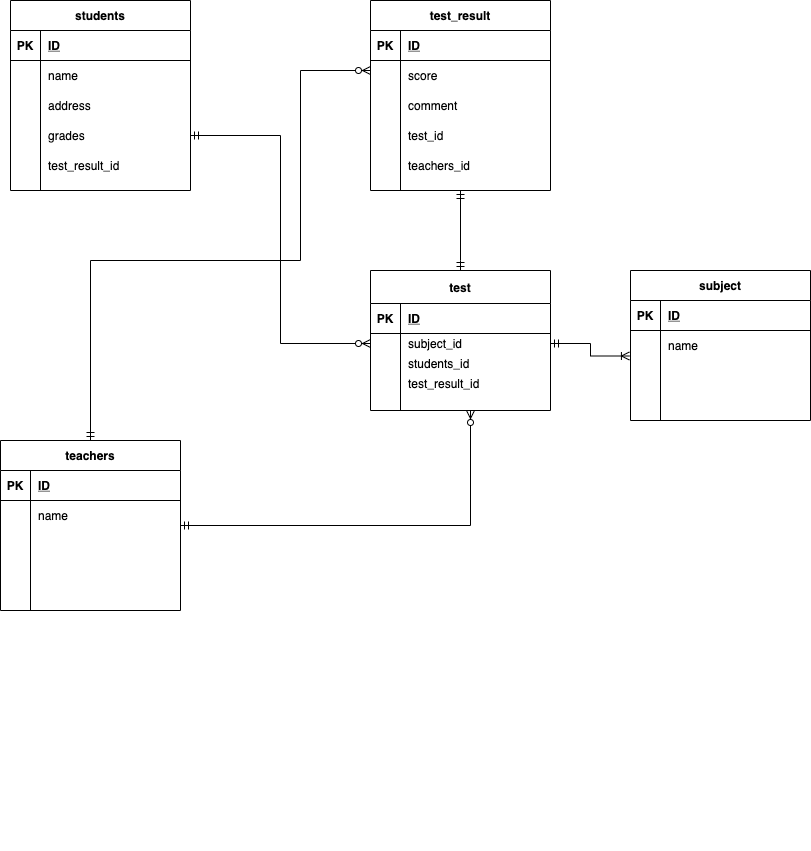
Before: index..drawio.png, a diagram exported from draw.io (InoueMayu/coachtech-ER). Source tidied: cells renumbered, new cells last; positions are measured from the earlier drawing's top-left corner, leaving out a move shared by most shapes.
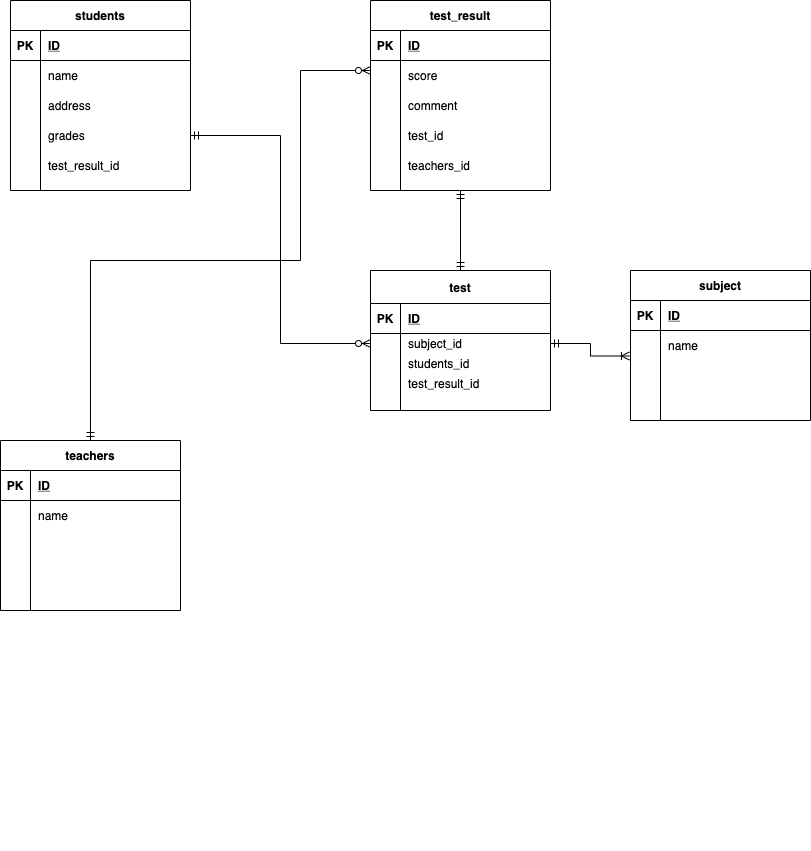
After the change.

Diff of the diagram source:
```diff
@@ -50,11 +50,6 @@
     <mxCell id="17" value="test_result_id" style="shape=partialRectangle;fillColor=none;top=0;left=0;bottom=0;right=0;align=left;spacingLeft=6;overflow=hidden;" parent="15" vertex="1">
       <mxGeometry x="30" width="150" height="30" as="geometry" />
     </mxCell>
-    <mxCell id="18" style="edgeStyle=orthogonalEdgeStyle;rounded=0;jettySize=auto;html=1;startArrow=ERmandOne;startFill=0;endArrow=ERzeroToMany;endFill=1;" parent="1" edge="1" source="19">
-      <mxGeometry relative="1" as="geometry">
-        <mxPoint x="470" y="410" as="targetPoint" />
-      </mxGeometry>
-    </mxCell>
     <mxCell id="19" value="teachers" style="shape=table;startSize=30;rowLines=0;fontStyle=1;align=center;" parent="1" vertex="1">
       <mxGeometry y="440" width="180" height="170" as="geometry" />
     </mxCell>
```
